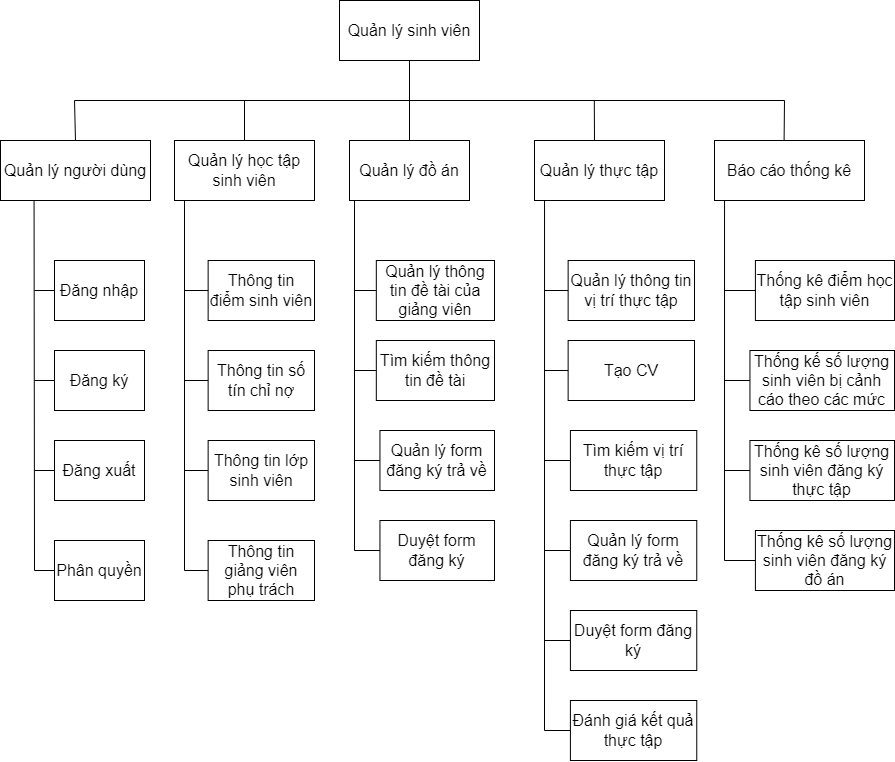
toroieno/HUST keeps this draw.io diagram as DA_II/drawio/bieudophancapchucnang.drawio.png. Above is the earlier version. Source tidied: cells renumbered, new cells last; positions are measured from the earlier drawing's top-left corner, leaving out a move shared by most shapes.
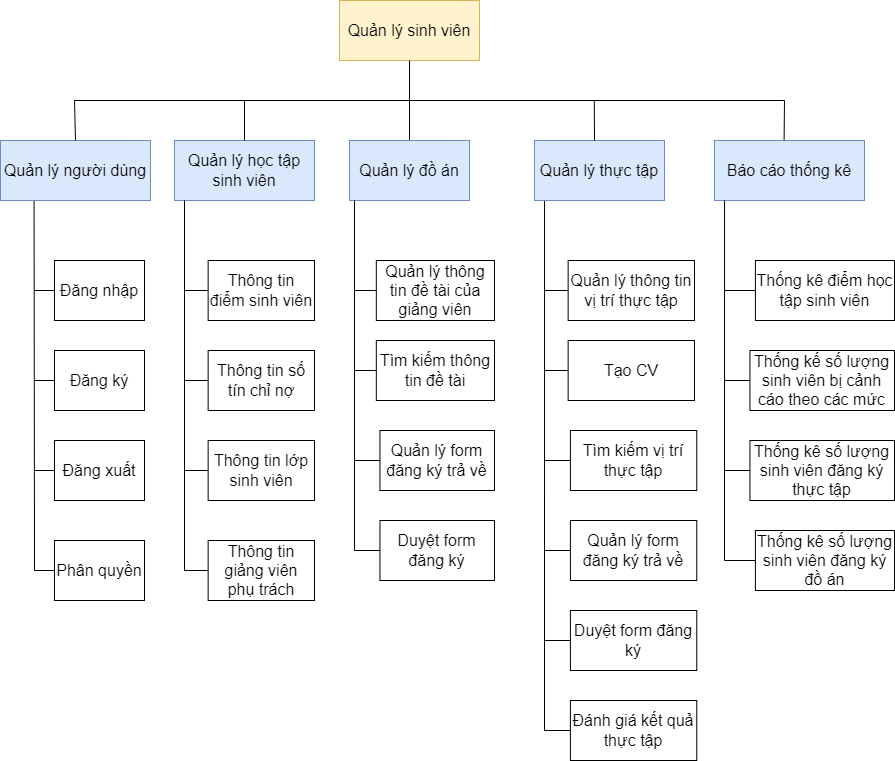
After the change.

The edit, as a diff of the source:
```diff
@@ -2,16 +2,16 @@
   <root>
     <mxCell id="0" />
     <mxCell id="1" parent="0" />
-    <mxCell id="2" value="Quản lý sinh viên" style="rounded=0;whiteSpace=wrap;html=1;fontSize=16;" parent="1" vertex="1">
+    <mxCell id="2" value="Quản lý sinh viên" style="rounded=0;whiteSpace=wrap;html=1;fontSize=16;fillColor=#fff2cc;strokeColor=#d6b656;" parent="1" vertex="1">
       <mxGeometry x="339" width="140" height="60" as="geometry" />
     </mxCell>
-    <mxCell id="3" value="Quản lý người dùng" style="rounded=0;whiteSpace=wrap;html=1;fontSize=16;" parent="1" vertex="1">
+    <mxCell id="3" value="Quản lý người dùng" style="rounded=0;whiteSpace=wrap;html=1;fontSize=16;fillColor=#dae8fc;strokeColor=#6c8ebf;" parent="1" vertex="1">
       <mxGeometry y="140" width="150" height="60" as="geometry" />
     </mxCell>
-    <mxCell id="4" value="Quản lý học tập sinh viên" style="rounded=0;whiteSpace=wrap;html=1;fontSize=16;" parent="1" vertex="1">
+    <mxCell id="4" value="Quản lý học tập sinh viên" style="rounded=0;whiteSpace=wrap;html=1;fontSize=16;fillColor=#dae8fc;strokeColor=#6c8ebf;" parent="1" vertex="1">
       <mxGeometry x="174" y="140" width="140" height="60" as="geometry" />
     </mxCell>
-    <mxCell id="5" value="Báo cáo thống kê" style="rounded=0;whiteSpace=wrap;html=1;fontSize=16;" parent="1" vertex="1">
+    <mxCell id="5" value="Báo cáo thống kê" style="rounded=0;whiteSpace=wrap;html=1;fontSize=16;fillColor=#dae8fc;strokeColor=#6c8ebf;" parent="1" vertex="1">
       <mxGeometry x="714" y="140" width="150" height="60" as="geometry" />
     </mxCell>
     <mxCell id="6" style="endArrow=none;html=1;fontSize=16;" parent="1" edge="1">
@@ -127,7 +127,7 @@
     <mxCell id="32" style="group;fontSize=16;" parent="1" vertex="1">
       <mxGeometry x="564" y="100" width="120" height="100" as="geometry" />
     </mxCell>
-    <mxCell id="33" value="Quản lý thực tập" style="rounded=0;whiteSpace=wrap;html=1;fontSize=16;" parent="32" vertex="1">
+    <mxCell id="33" value="Quản lý thực tập" style="rounded=0;whiteSpace=wrap;html=1;fontSize=16;fillColor=#dae8fc;strokeColor=#6c8ebf;" parent="32" vertex="1">
       <mxGeometry x="-30" y="40" width="130" height="60" as="geometry" />
     </mxCell>
     <mxCell id="34" style="endArrow=none;html=1;fontSize=16;" parent="32" edge="1">
@@ -221,7 +221,7 @@
         <mxPoint y="30" as="targetPoint" />
       </mxGeometry>
     </mxCell>
-    <mxCell id="57" value="Quản lý đồ án" style="rounded=0;whiteSpace=wrap;html=1;fontSize=16;" parent="1" vertex="1">
+    <mxCell id="57" value="Quản lý đồ án" style="rounded=0;whiteSpace=wrap;html=1;fontSize=16;fillColor=#dae8fc;strokeColor=#6c8ebf;" parent="1" vertex="1">
       <mxGeometry x="349" y="140" width="120" height="60" as="geometry" />
     </mxCell>
     <mxCell id="58" style="endArrow=none;html=1;fontSize=16;" parent="1" edge="1">
```
